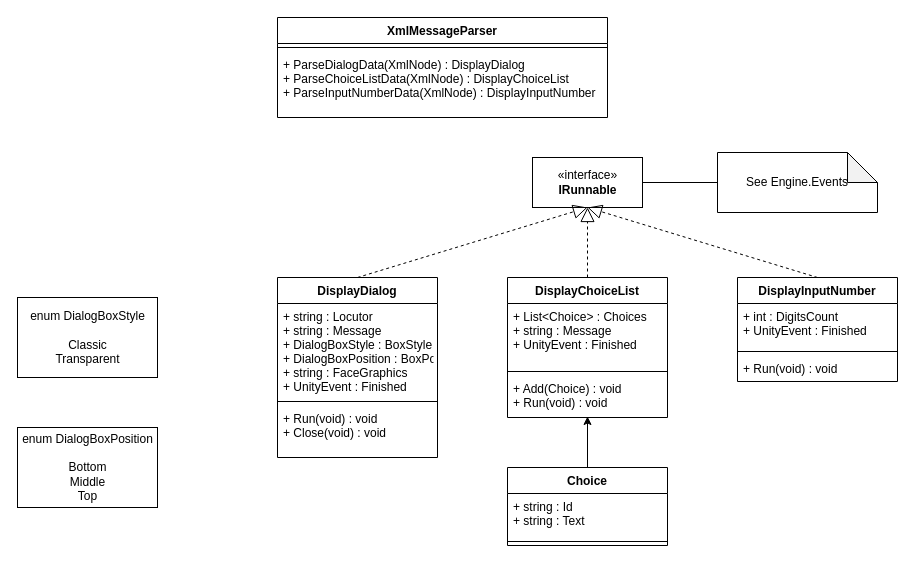
Earlier version of the draw.io diagram page "Engine.Message" (7 of 10) of Ace_Engine.drawio (MaximeJoly96/LC_Unity). Source tidied: cells renumbered, new cells numbered last; positions are measured from the earlier drawing's top-left corner, leaving out a move shared by most shapes. Both pictures are drawn from the tidied source at 100%, with x=0, y=0 at pixel (17, 17).
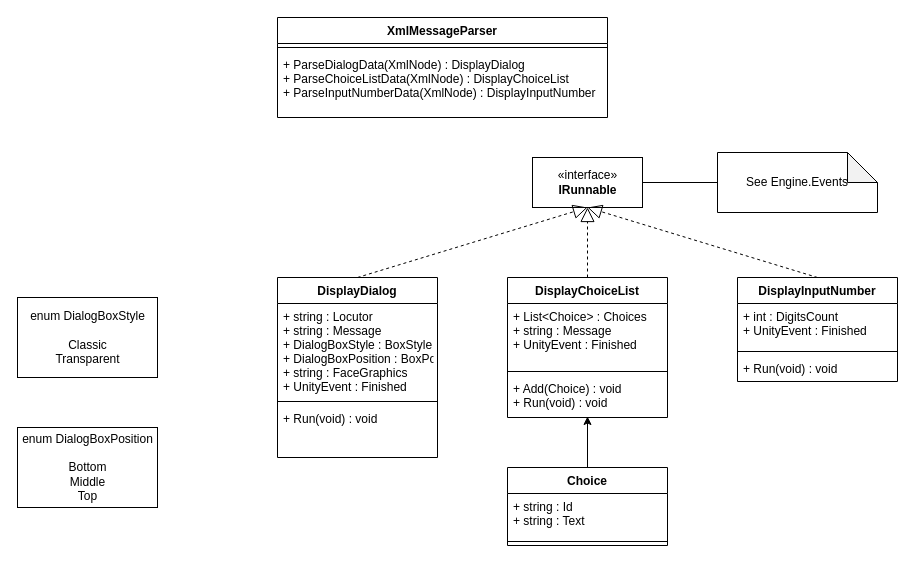
The same page after the edit.

Unchanged cells that the change refers to:
```xml
<mxCell id="6" value="DisplayDialog" style="swimlane;fontStyle=1;align=center;verticalAlign=top;horizontal=1;startSize=26;" parent="1" vertex="1">
  <mxGeometry x="260" y="260" width="160" height="180" as="geometry" />
</mxCell>
```

The edit, as a diff of the source:
```diff
@@
-    <mxCell id="9" value="+ Run(void) : void&#10;+ Close(void) : void" style="text;strokeColor=none;fillColor=none;align=left;verticalAlign=top;spacingLeft=4;spacingRight=4;overflow=hidden;" parent="6" vertex="1">
+    <mxCell id="9" value="+ Run(void) : void" style="text;strokeColor=none;fillColor=none;align=left;verticalAlign=top;spacingLeft=4;spacingRight=4;overflow=hidden;" parent="6" vertex="1">
       <mxGeometry y="128" width="160" height="52" as="geometry" />
     </mxCell>
```
